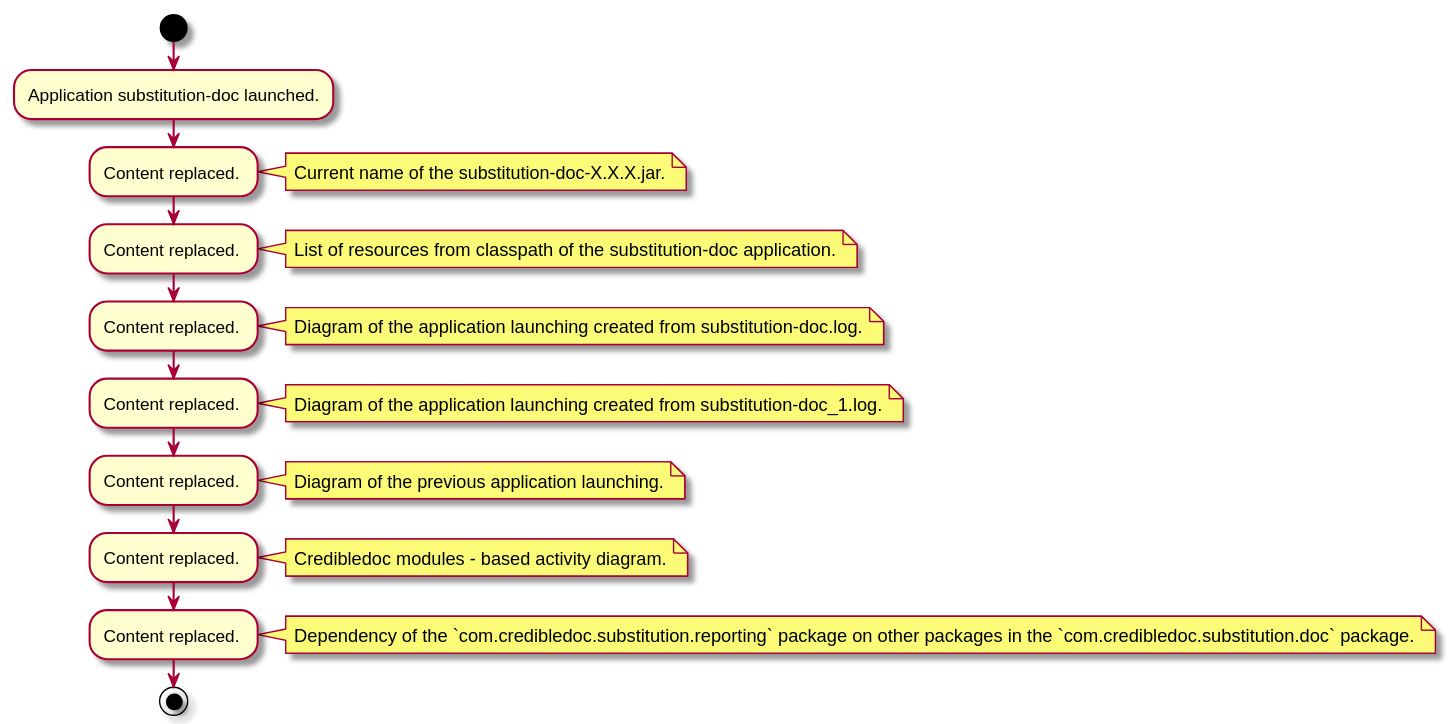
Before: substitution/substitution-doc/doc/img/diagrams.md_2.svg, a diagram exported from PlantUML (credibledoc/credible-doc). Source of this version:
```plantuml
@startuml
start
:Application substitution-doc launched.;

:Content replaced. ;
note right
Current name of the substitution-doc-X.X.X.jar.
end note

:Content replaced. ;
note right
List of resources from classpath of the substitution-doc application.
end note

:Content replaced. ;
note right
Diagram of the application launching created from substitution-doc.log.
end note

:Content replaced. ;
note right
Diagram of the application launching created from substitution-doc_1.log.
end note

:Content replaced. ;
note right
Diagram of the previous application launching.
end note

:Content replaced. ;
note right
Credibledoc modules - based activity diagram.
end note

:Content replaced. ;
note right
Dependency of the `com.credibledoc.substitution.reporting` package on other packages in the `com.credibledoc.substitution.doc` package.
end note

stop

@enduml
```
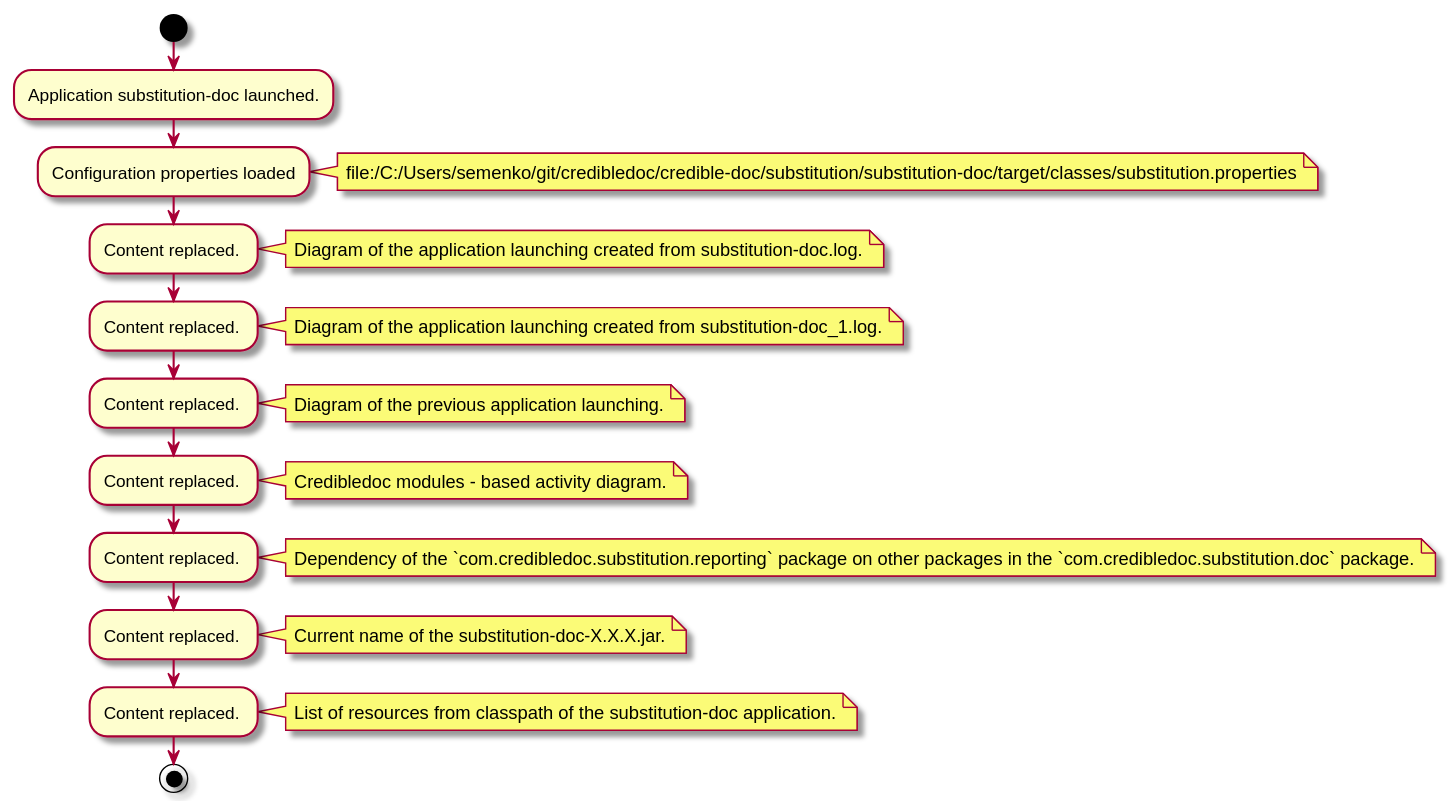
The same diagram one commit later.

The edit, as a diff of the source:
```diff
@@ -2,14 +2,9 @@
 start
 :Application substitution-doc launched.;
 
-:Content replaced. ;
+:Configuration properties loaded;
 note right
-Current name of the substitution-doc-X.X.X.jar.
-end note
-
-:Content replaced. ;
-note right
-List of resources from classpath of the substitution-doc application.
+file:/C:/Users/semenko/git/credibledoc/credible-doc/substitution/substitution-doc/target/classes/substitution.properties
 end note
 
 :Content replaced. ;
@@ -37,6 +32,16 @@
 Dependency of the `com.credibledoc.substitution.reporting` package on other packages in the `com.credibledoc.substitution.doc` package.
 end note
 
+:Content replaced. ;
+note right
+Current name of the substitution-doc-X.X.X.jar.
+end note
+
+:Content replaced. ;
+note right
+List of resources from classpath of the substitution-doc application.
+end note
+
 stop
 
 @enduml
```
